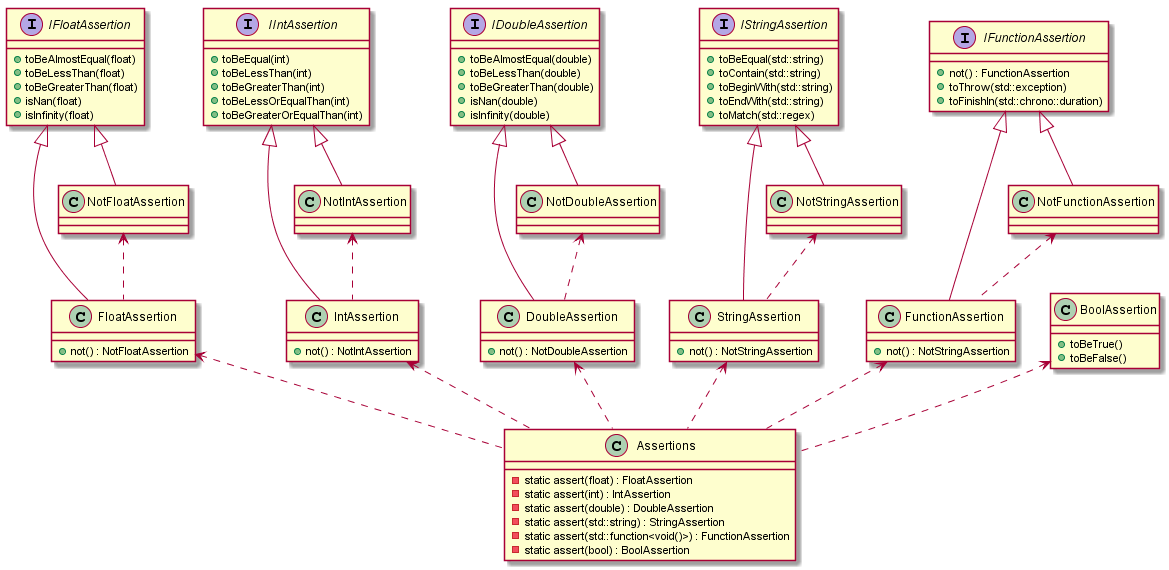
This is docs/assertions.png from magdalenatragarz/quokkatest, a PlantUML export, as it was before one commit. Source of this version:
```plantuml
@startuml

class Assertions {
    - static assert(float) : FloatAssertion
    - static assert(int) : IntAssertion
    - static assert(double) : DoubleAssertion
    - static assert(std::string) : StringAssertion
    - static assert(std::function<void()>) : FunctionAssertion
    - static assert(bool) : BoolAssertion
}

interface IFloatAssertion {
    + toBeAlmostEqual(float)
    + toBeLessThan(float)
    + toBeGreaterThan(float)
    + isNan(float)
    + isInfinity(float)
}

class FloatAssertion {
    + not() : NotFloatAssertion
}

class NotFloatAssertion {
}

interface IIntAssertion {
    + toBeEqual(int)
    + toBeLessThan(int)
    + toBeGreaterThan(int)
    + toBeLessOrEqualThan(int)
    + toBeGreaterOrEqualThan(int)
}

class IntAssertion {
    + not() : NotIntAssertion
}

class NotIntAssertion {
}

interface IDoubleAssertion {
    + toBeAlmostEqual(double)
    + toBeLessThan(double)
    + toBeGreaterThan(double)
    + isNan(double)
    + isInfinity(double)
}

class DoubleAssertion {
    + not() : NotDoubleAssertion
}

class NotDoubleAssertion {
}

interface IStringAssertion {
    + toBeEqual(std::string)
    + toContain(std::string)
    + toBeginWith(std::string)
    + toEndWith(std::string)
    + toMatch(std::regex)
}

class StringAssertion {
    + not() : NotStringAssertion
}

class NotStringAssertion {
}

interface IFunctionAssertion {
    + not() : FunctionAssertion
    + toThrow(std::exception)
    + toFinishIn(std::chrono::duration)
}

class FunctionAssertion {
    + not() : NotStringAssertion
}

class NotFunctionAssertion {
}

class BoolAssertion {
    + toBeTrue()
    + toBeFalse()
}

FloatAssertion <.. Assertions
IntAssertion <.. Assertions
DoubleAssertion <.. Assertions
StringAssertion <.. Assertions
FunctionAssertion <.. Assertions
BoolAssertion <.. Assertions

IFloatAssertion <|-- FloatAssertion
IFloatAssertion <|-- NotFloatAssertion
NotFloatAssertion <.. FloatAssertion

IIntAssertion <|-- IntAssertion
IIntAssertion <|-- NotIntAssertion
NotIntAssertion <.. IntAssertion

IStringAssertion <|-- StringAssertion
IStringAssertion <|-- NotStringAssertion
NotStringAssertion <.. StringAssertion

IDoubleAssertion <|-- DoubleAssertion
IDoubleAssertion <|-- NotDoubleAssertion
NotDoubleAssertion <.. DoubleAssertion

IFunctionAssertion <|-- FunctionAssertion
IFunctionAssertion <|-- NotFunctionAssertion
NotFunctionAssertion <.. FunctionAssertion

@enduml
```
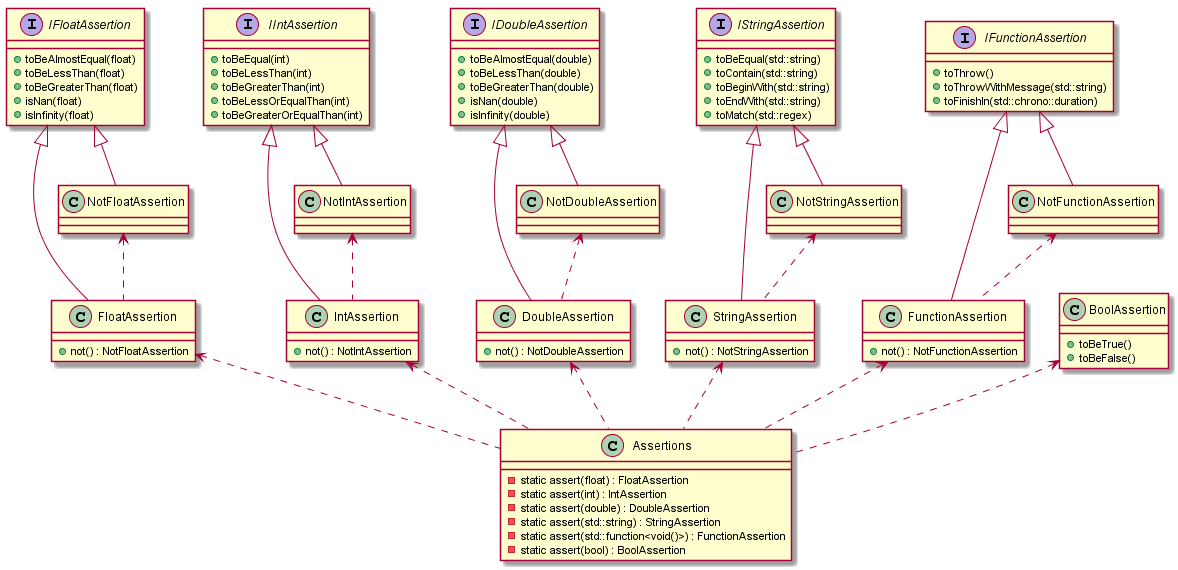
After the change.

Commit message:
assertions diagram correction

Change to the diagram source:
```diff
@@ -70,13 +70,13 @@
 }
 
 interface IFunctionAssertion {
-    + not() : FunctionAssertion
-    + toThrow(std::exception)
+    + toThrow()
+    + toThrowWithMessage(std::string)
     + toFinishIn(std::chrono::duration)
 }
 
 class FunctionAssertion {
-    + not() : NotStringAssertion
+    + not() : NotFunctionAssertion
 }
 
 class NotFunctionAssertion {
```
